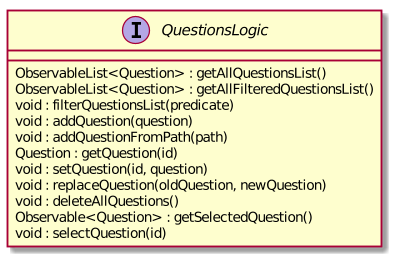
Before: docs/images/hj_ppp/QuestionsLogicClassDiagram.png, a diagram exported from PlantUML (nus-cs2103-AY1920S1/addressbook-level3).
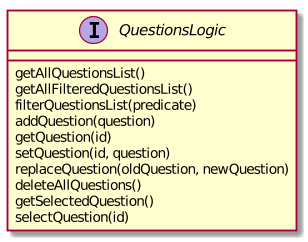
The same file after the commit.

Diff of the diagram source:
```diff
@@ -1,17 +1,16 @@
 @startuml
 
 interface QuestionsLogic {
-    ObservableList<Question> : getAllQuestionsList()
-    ObservableList<Question> : getAllFilteredQuestionsList()
-    void : filterQuestionsList(predicate)
-    void : addQuestion(question)
-    void : addQuestionFromPath(path)
-    Question : getQuestion(id)
-    void : setQuestion(id, question)
-    void : replaceQuestion(oldQuestion, newQuestion)
-    void : deleteAllQuestions()
-    Observable<Question> : getSelectedQuestion()
-    void : selectQuestion(id)
+    getAllQuestionsList()
+    getAllFilteredQuestionsList()
+    filterQuestionsList(predicate)
+    addQuestion(question)
+    getQuestion(id)
+    setQuestion(id, question)
+    replaceQuestion(oldQuestion, newQuestion)
+    deleteAllQuestions()
+    getSelectedQuestion()
+    selectQuestion(id)
 }
 
 @enduml
```
